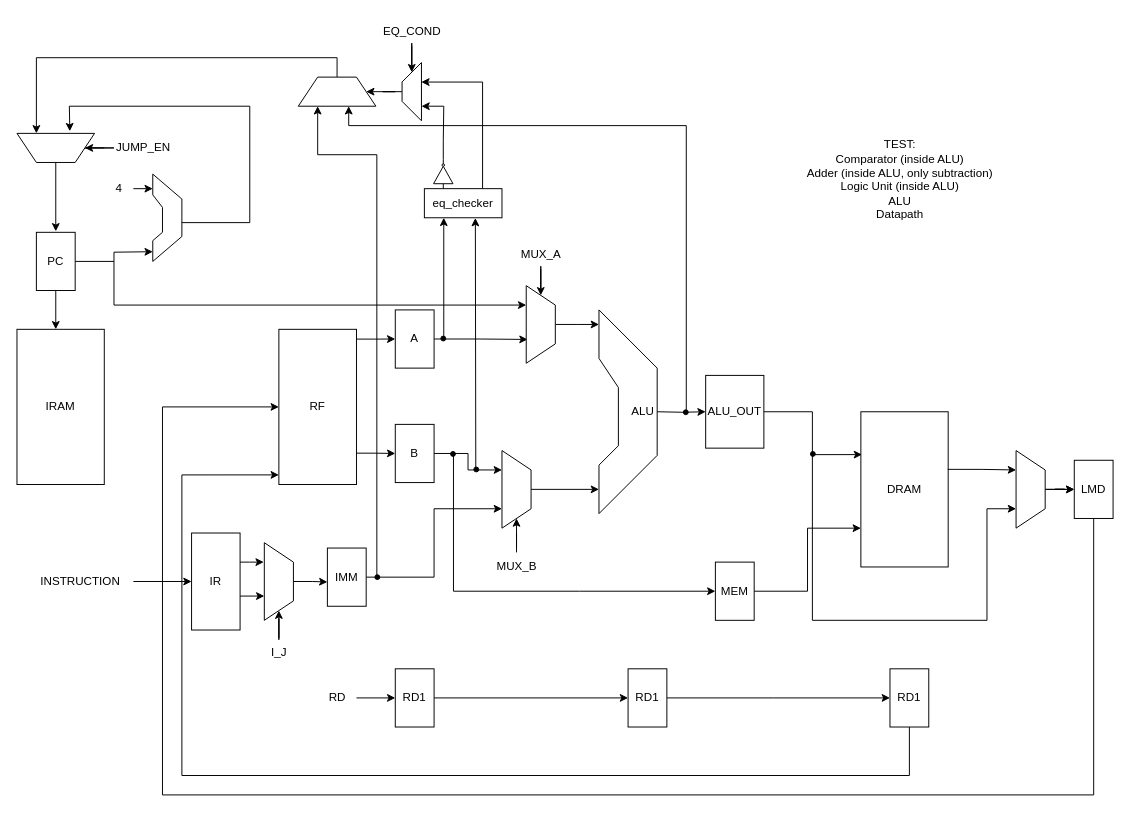
Earlier version of the draw.io diagram dlx.drawio (Luca-002/dlx). Source tidied: cells renumbered, new cells numbered last; positions are measured from the earlier drawing's top-left corner, leaving out a move shared by most shapes. Both pictures are drawn from the tidied source at 97%, with x=0, y=0 at pixel (16, 16).
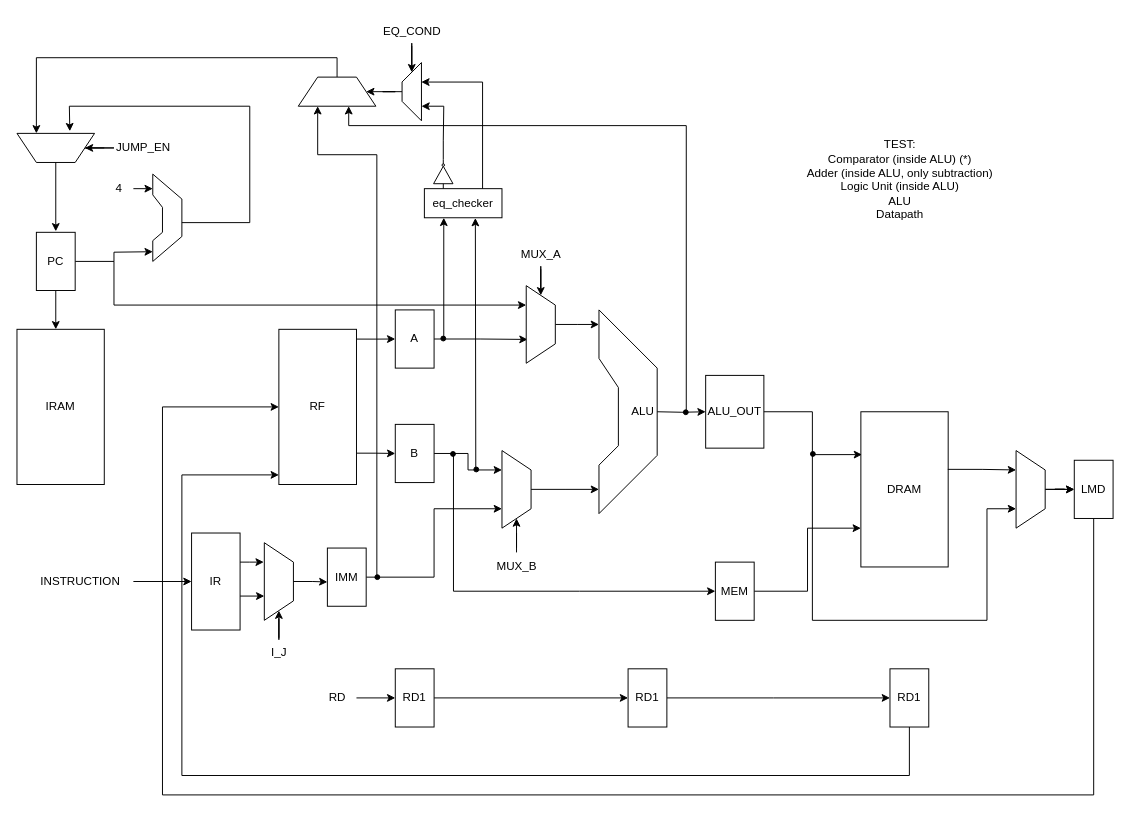
The same diagram, later.

Commit message (it also covers changes not shown here):
adder test failed

What changed in the source:
```diff
@@
-    <mxCell id="87" value="TEST:&lt;br&gt;Comparator (inside ALU)&lt;br&gt;Adder (inside ALU, only subtraction)&lt;br&gt;&lt;div&gt;Logic Unit (inside ALU)&lt;/div&gt;&lt;div&gt;ALU&lt;br&gt;Datapath&lt;/div&gt;&lt;div&gt;&lt;br&gt;&lt;/div&gt;" style="text;html=1;align=center;verticalAlign=middle;strokeColor=none;fillColor=none;" parent="1" vertex="1">
-      <mxGeometry x="800" y="120" width="220" height="110" as="geometry" />
+    <mxCell id="87" value="TEST:&lt;br&gt;Comparator (inside ALU) (*)&lt;br&gt;Adder (inside ALU, only subtraction)&lt;br&gt;&lt;div&gt;Logic Unit (inside ALU)&lt;/div&gt;&lt;div&gt;ALU&lt;br&gt;Datapath&lt;/div&gt;&lt;div&gt;&lt;br&gt;&lt;/div&gt;" style="text;html=1;align=center;verticalAlign=middle;strokeColor=none;fillColor=none;" parent="1" vertex="1">
+      <mxGeometry x="805" y="120" width="210" height="110" as="geometry" />
     </mxCell>
```
